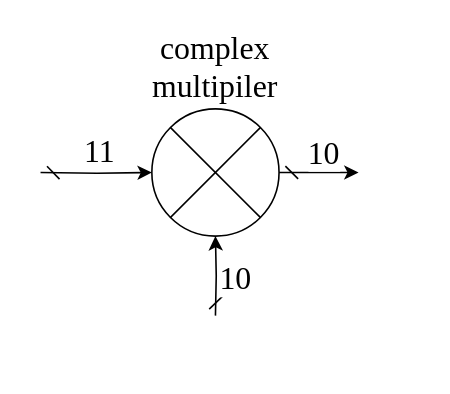
Above: truncation.drawio in ALpht/16_FFT (draw.io), before the change. Source tidied: cells renumbered, new cells numbered last; positions are measured from the earlier drawing's top-left corner, leaving out a move shared by most shapes. Both pictures are drawn from the tidied source at 159%, with x=0, y=0 at pixel (40, 108).
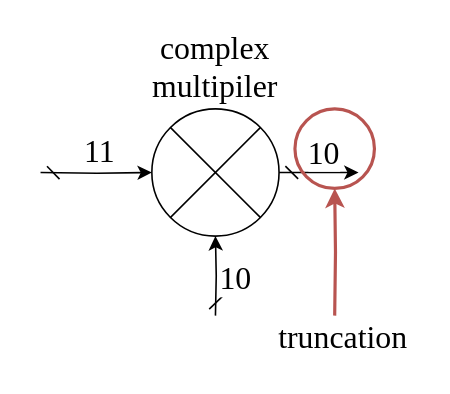
The same diagram, later.

The edit, as a diff of the source:
```diff
@@
 <mxGraphModel>
   <root>
     <mxCell id="0" />
     <mxCell id="1" parent="0" />
     <mxCell id="2" style="edgeStyle=orthogonalEdgeStyle;rounded=0;jettySize=auto;html=1;startArrow=dash;startFill=0;" parent="1" edge="1" target="8">
       <mxGeometry relative="1" as="geometry">
         <mxPoint y="40" as="sourcePoint" />
       </mxGeometry>
     </mxCell>
     <mxCell id="3" value="&lt;font style=&quot;font-size: 20px;&quot; face=&quot;Times New Roman&quot;&gt;11&lt;/font&gt;" style="edgeLabel;html=1;align=center;verticalAlign=bottom;labelPosition=center;verticalLabelPosition=top;" parent="2" vertex="1">
       <mxGeometry x="0.06" relative="1" as="geometry" />
     </mxCell>
     <mxCell id="4" style="edgeStyle=orthogonalEdgeStyle;rounded=0;jettySize=auto;html=1;exitX=0.5;exitY=1;exitDx=0;exitDy=0;entryX=0.5;entryY=1;entryDx=0;entryDy=0;startArrow=dash;startFill=0;" parent="1" edge="1" target="8">
       <mxGeometry relative="1" as="geometry">
         <mxPoint x="110" y="130" as="sourcePoint" />
       </mxGeometry>
     </mxCell>
     <mxCell id="5" value="&lt;font style=&quot;font-size: 20px;&quot; face=&quot;Times New Roman&quot;&gt;10&lt;/font&gt;" style="edgeLabel;html=1;align=left;verticalAlign=middle;labelPosition=right;verticalLabelPosition=middle;" parent="4" vertex="1">
       <mxGeometry x="-0.01" relative="1" as="geometry" />
     </mxCell>
     <mxCell id="6" style="edgeStyle=orthogonalEdgeStyle;rounded=0;jettySize=auto;html=1;startArrow=dash;startFill=0;" parent="1" edge="1" source="8">
       <mxGeometry relative="1" as="geometry">
         <mxPoint x="200" y="40" as="targetPoint" />
       </mxGeometry>
     </mxCell>
     <mxCell id="7" value="&lt;font style=&quot;font-size: 20px;&quot; face=&quot;Times New Roman&quot;&gt;10&lt;/font&gt;" style="edgeLabel;html=1;align=center;verticalAlign=bottom;labelPosition=center;verticalLabelPosition=top;" parent="6" vertex="1">
       <mxGeometry x="0.09" y="-1" relative="1" as="geometry" />
     </mxCell>
     <mxCell id="8" value="&lt;font style=&quot;font-size: 20px;&quot; face=&quot;Times New Roman&quot;&gt;complex multipiler&lt;/font&gt;" style="shape=sumEllipse;perimeter=ellipsePerimeter;whiteSpace=wrap;html=1;backgroundOutline=1;labelPosition=center;verticalLabelPosition=top;align=center;verticalAlign=bottom;" parent="1" vertex="1">
       <mxGeometry x="70" width="80" height="80" as="geometry" />
     </mxCell>
+    <mxCell id="9" style="edgeStyle=orthogonalEdgeStyle;rounded=0;jettySize=auto;html=1;exitX=0.5;exitY=1;exitDx=0;exitDy=0;entryX=0.5;entryY=1;entryDx=0;entryDy=0;strokeWidth=2;fillColor=#f8cecc;strokeColor=#b85450;" parent="1" edge="1" target="10">
+      <mxGeometry relative="1" as="geometry">
+        <mxPoint x="185" y="130" as="sourcePoint" />
+      </mxGeometry>
+    </mxCell>
+    <mxCell id="10" style="ellipse;whiteSpace=wrap;html=1;fillColor=none;strokeColor=#b85450;gradientColor=default;strokeWidth=2;" parent="1" vertex="1">
+      <mxGeometry x="160" width="50" height="50" as="geometry" />
+    </mxCell>
+    <mxCell id="11" value="&lt;font style=&quot;font-size: 20px;&quot; face=&quot;Times New Roman&quot;&gt;truncation&lt;/font&gt;" style="text;html=1;align=center;verticalAlign=middle;strokeColor=none;fillColor=none;" parent="1" vertex="1">
+      <mxGeometry x="140" y="123" width="100" height="40" as="geometry" />
+    </mxCell>
   </root>
 </mxGraphModel>
```
